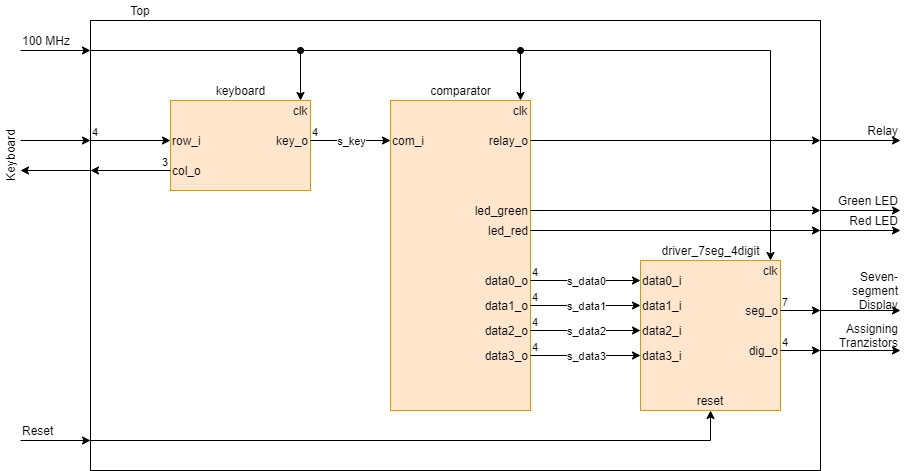
Earlier version of the draw.io export Images/Top-Door_Lock.png (GeorgeNavratil/Door_Lock-DE1_Project). Source tidied: cells renumbered, new cells last; positions are measured from the earlier drawing's top-left corner, leaving out a move shared by most shapes.
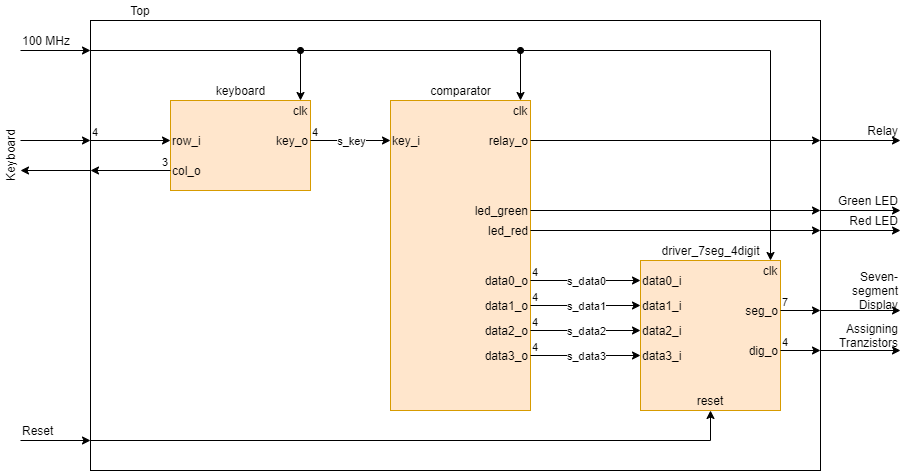
Later version of the same file.

Commit message:
update top scheme

What changed in the source:
```diff
@@ -26,7 +26,7 @@
     <mxCell id="9" value="comparator" style="text;html=1;strokeColor=none;fillColor=none;align=center;verticalAlign=middle;whiteSpace=wrap;rounded=0;" parent="1" vertex="1">
       <mxGeometry x="437.5" y="80" width="65" height="20" as="geometry" />
     </mxCell>
-    <mxCell id="10" value="com_i" style="text;html=1;strokeColor=none;fillColor=none;align=left;verticalAlign=middle;whiteSpace=wrap;rounded=0;" parent="1" vertex="1">
+    <mxCell id="10" value="key_i" style="text;html=1;strokeColor=none;fillColor=none;align=left;verticalAlign=middle;whiteSpace=wrap;rounded=0;" parent="1" vertex="1">
       <mxGeometry x="400" y="130" width="40" height="20" as="geometry" />
     </mxCell>
     <mxCell id="11" value="relay_o" style="text;html=1;strokeColor=none;fillColor=none;align=right;verticalAlign=middle;whiteSpace=wrap;rounded=0;" parent="1" vertex="1">
```
